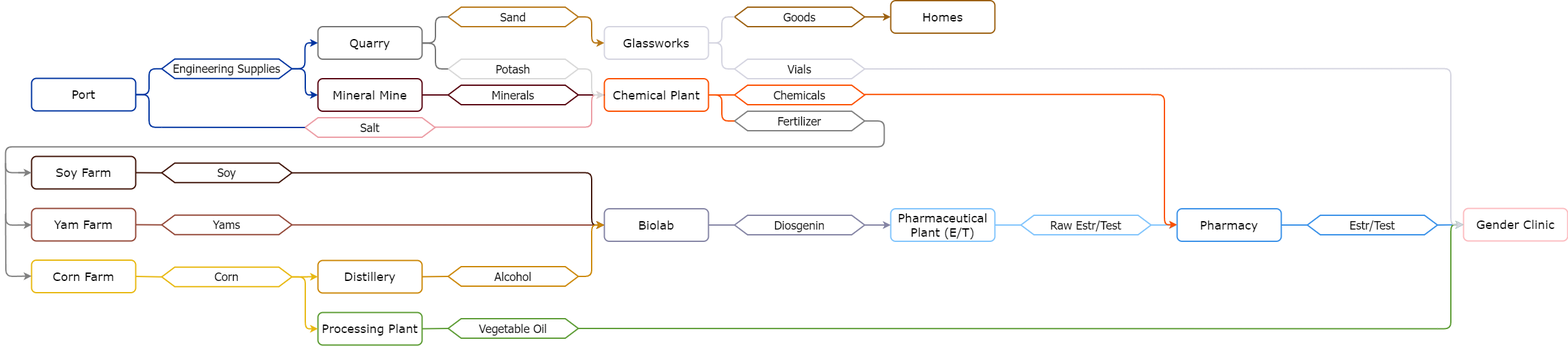
Auxiliatrix/openttd-newgrf-estrogen keeps this draw.io diagram as media/cargo_flow.png. Above is the earlier version. Source tidied: cells renumbered, new cells last; positions are measured from the earlier drawing's top-left corner, leaving out a move shared by most shapes.
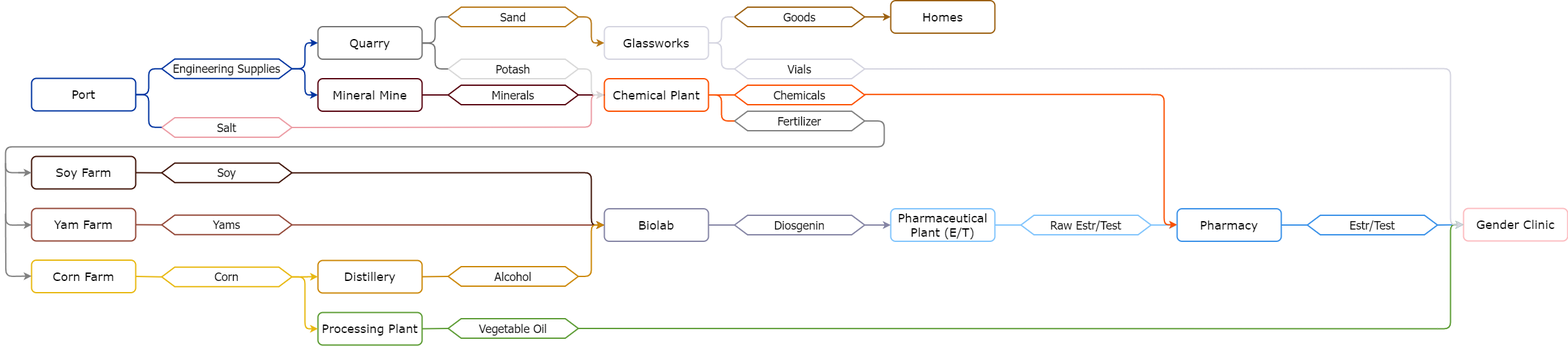
Later version of the same file.

Commit message:
Updated cargo flow diagram

Update README.md cargo flow

Updated readme

Update readme

Update README.md

Edit readme

Updated README.md

Update README.md

Update README.md

Update README.md

Update README.md

Update README.md

Diff of the diagram source:
```diff
@@ -15,7 +15,7 @@
       <mxGeometry x="480" y="120.5" width="160" height="50" as="geometry" />
     </mxCell>
     <mxCell id="6" value="&lt;font face=&quot;Tahoma&quot; style=&quot;font-size: 18px;&quot;&gt;Salt&lt;/font&gt;" style="shape=hexagon;perimeter=hexagonPerimeter2;whiteSpace=wrap;html=1;fixedSize=1;strokeWidth=2;strokeColor=#ec9ca4;" parent="1" vertex="1">
-      <mxGeometry x="460" y="180.5" width="200" height="30" as="geometry" />
+      <mxGeometry x="240" y="180.5" width="200" height="30" as="geometry" />
     </mxCell>
     <mxCell id="7" value="&lt;font face=&quot;Tahoma&quot; style=&quot;font-size: 18px;&quot;&gt;Sand&lt;/font&gt;" style="shape=hexagon;perimeter=hexagonPerimeter2;whiteSpace=wrap;html=1;fixedSize=1;strokeWidth=2;strokeColor=#b87818;" parent="1" vertex="1">
       <mxGeometry x="680" y="10.5" width="200" height="30" as="geometry" />
@@ -40,9 +40,8 @@
     <mxCell id="13" style="endArrow=none;html=1;rounded=0;strokeWidth=2;exitX=1;exitY=0.5;exitDx=0;exitDy=0;entryX=0;entryY=0.5;entryDx=0;entryDy=0;strokeColor=#580410;" parent="1" edge="1" source="9" target="12">
       <mxGeometry relative="1" as="geometry" />
     </mxCell>
-    <mxCell id="14" style="endArrow=none;html=1;rounded=0;strokeWidth=2;exitX=1;exitY=0.317;exitDx=0;exitDy=0;exitPerimeter=0;strokeColor=#ec9ca4;" parent="1" edge="1">
+    <mxCell id="14" style="endArrow=none;html=1;rounded=0;strokeWidth=2;exitX=1;exitY=0.5;exitDx=0;exitDy=0;strokeColor=#ec9ca4;" parent="1" edge="1" source="6">
       <mxGeometry relative="1" as="geometry">
-        <mxPoint x="660" y="195" as="sourcePoint" />
         <mxPoint x="880" y="195" as="targetPoint" />
       </mxGeometry>
     </mxCell>
```
